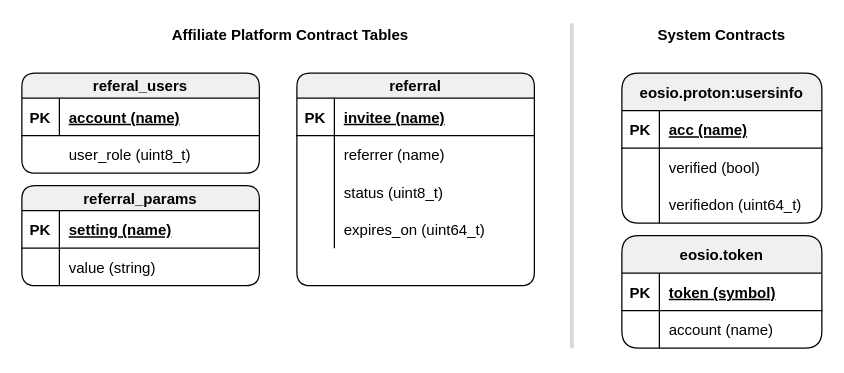
Before: page "Data Model" (2 of 2) of docs/services.drawio in edenia/proton-affiliate, a draw.io diagram. Source tidied: cells renumbered, new cells numbered last; positions are measured from the earlier drawing's top-left corner, leaving out a move shared by most shapes. Both pictures are drawn from the tidied source at 125%, with x=0, y=0 at pixel (21, 22).
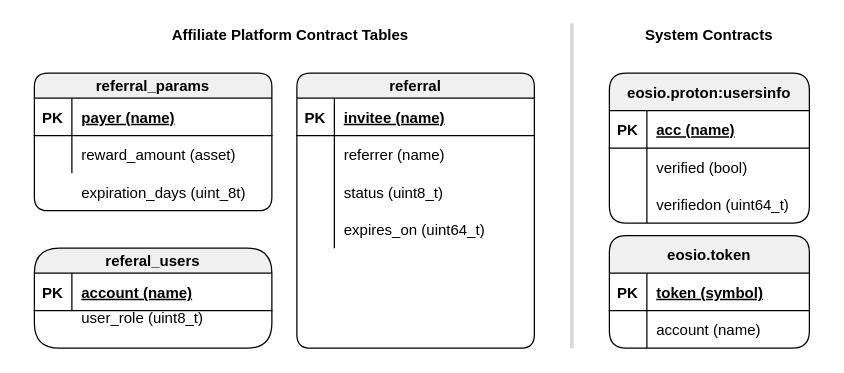
The same diagram, later.

The change refers to these unchanged cells:
```xml
<mxCell id="36" style="shape=partialRectangle;fillColor=none;top=0;left=0;bottom=1;right=0;" parent="35" vertex="1">
  <mxGeometry y="20" width="190" height="30" as="geometry" />
</mxCell>
<mxCell id="39" style="shape=partialRectangle;fillColor=none;top=0;left=0;bottom=0;right=0;" parent="35" vertex="1">
  <mxGeometry y="50" width="190" height="30" as="geometry" />
</mxCell>
```

What changed in the source:
```diff
@@
     <mxCell id="2" value="referral" style="shape=table;startSize=20;childLayout=tableLayout;rowLines=0;fontStyle=1;align=center;rounded=1;shadow=0;glass=0;sketch=0;arcSize=18;fillColor=#F0F0F0;" parent="1" vertex="1">
-      <mxGeometry x="220" y="40" width="190" height="170" as="geometry" />
+      <mxGeometry x="220" y="40" width="190" height="220" as="geometry" />
     </mxCell>
@@
     <mxCell id="15" value="eosio.token" style="shape=table;startSize=30;childLayout=tableLayout;rowLines=0;fontStyle=1;align=center;rounded=1;shadow=0;glass=0;sketch=0;fillColor=#F0F0F0;" parent="1" vertex="1">
-      <mxGeometry x="480" y="170" width="160" height="90" as="geometry" />
+      <mxGeometry x="470" y="170" width="160" height="90" as="geometry" />
     </mxCell>
@@
     <mxCell id="22" value="eosio.proton:usersinfo" style="shape=table;startSize=30;childLayout=tableLayout;rowLines=0;fontStyle=1;align=center;rounded=1;shadow=0;glass=0;sketch=0;fillColor=#F0F0F0;" parent="1" vertex="1">
-      <mxGeometry x="480" y="40" width="160" height="120" as="geometry" />
+      <mxGeometry x="470" y="40" width="160" height="120" as="geometry" />
     </mxCell>
@@
     <mxCell id="34" value="System Contracts" style="text;html=1;strokeColor=none;fillColor=none;align=center;verticalAlign=middle;whiteSpace=wrap;rounded=0;shadow=0;glass=0;sketch=0;fontStyle=1;" parent="1" vertex="1">
-      <mxGeometry x="490" width="140" height="20" as="geometry" />
+      <mxGeometry x="480" width="140" height="20" as="geometry" />
     </mxCell>
     <mxCell id="35" value="referral_params" style="shape=table;startSize=20;childLayout=tableLayout;rowLines=0;fontStyle=1;align=center;rounded=1;shadow=0;glass=0;sketch=0;arcSize=18;fillColor=#F0F0F0;" parent="1" vertex="1">
-      <mxGeometry y="130" width="190" height="80" as="geometry" />
+      <mxGeometry x="10" y="40" width="190" height="110" as="geometry" />
     </mxCell>
@@
-    <mxCell id="38" value="setting (name)" style="shape=partialRectangle;fillColor=none;top=0;left=0;bottom=0;right=0;align=left;spacingLeft=6;fontStyle=5;overflow=hidden;" parent="36" vertex="1">
+    <mxCell id="38" value="payer (name)" style="shape=partialRectangle;fillColor=none;top=0;left=0;bottom=0;right=0;align=left;spacingLeft=6;fontStyle=5;overflow=hidden;" parent="36" vertex="1">
       <mxGeometry x="30" width="160" height="30" as="geometry" />
     </mxCell>
@@
-    <mxCell id="41" value="value (string)" style="shape=partialRectangle;fillColor=none;top=0;left=0;bottom=0;right=0;align=left;spacingLeft=6;overflow=hidden;" parent="39" vertex="1">
+    <mxCell id="41" value="reward_amount (asset)" style="shape=partialRectangle;fillColor=none;top=0;left=0;bottom=0;right=0;align=left;spacingLeft=6;overflow=hidden;" parent="39" vertex="1">
       <mxGeometry x="30" width="160" height="30" as="geometry" />
     </mxCell>
-    <mxCell id="42" value="referal_users" style="shape=table;startSize=20;childLayout=tableLayout;rowLines=0;fontStyle=1;align=center;rounded=1;shadow=0;glass=0;sketch=0;arcSize=18;fillColor=#F0F0F0;" parent="1" vertex="1">
-      <mxGeometry y="40" width="190" height="80" as="geometry" />
+    <mxCell id="42" value="referal_users" style="shape=table;startSize=20;childLayout=tableLayout;rowLines=0;fontStyle=1;align=center;rounded=1;shadow=0;glass=0;sketch=0;arcSize=36;fillColor=#F0F0F0;" parent="1" vertex="1">
+      <mxGeometry x="10" y="180" width="190" height="80" as="geometry" />
     </mxCell>
@@
     <mxCell id="46" value="user_role (uint8_t)" style="shape=partialRectangle;fillColor=none;top=0;left=0;bottom=0;right=0;align=left;spacingLeft=6;overflow=hidden;" parent="1" vertex="1">
-      <mxGeometry x="30" y="90" width="160" height="30" as="geometry" />
+      <mxGeometry x="40" y="220" width="160" height="30" as="geometry" />
     </mxCell>
+    <mxCell id="47" style="shape=partialRectangle;fillColor=none;top=0;left=0;bottom=0;right=0;" parent="1" vertex="1">
+      <mxGeometry x="10" y="120" width="190" height="30" as="geometry" />
+    </mxCell>
+    <mxCell id="48" style="shape=partialRectangle;fillColor=none;top=0;left=0;bottom=0;right=0;overflow=hidden;" parent="47" vertex="1">
+      <mxGeometry width="30" height="30" as="geometry" />
+    </mxCell>
+    <mxCell id="49" value="expiration_days (uint_8t)" style="shape=partialRectangle;fillColor=none;top=0;left=0;bottom=0;right=0;align=left;spacingLeft=6;overflow=hidden;" parent="47" vertex="1">
+      <mxGeometry x="30" width="160" height="30" as="geometry" />
+    </mxCell>
```
